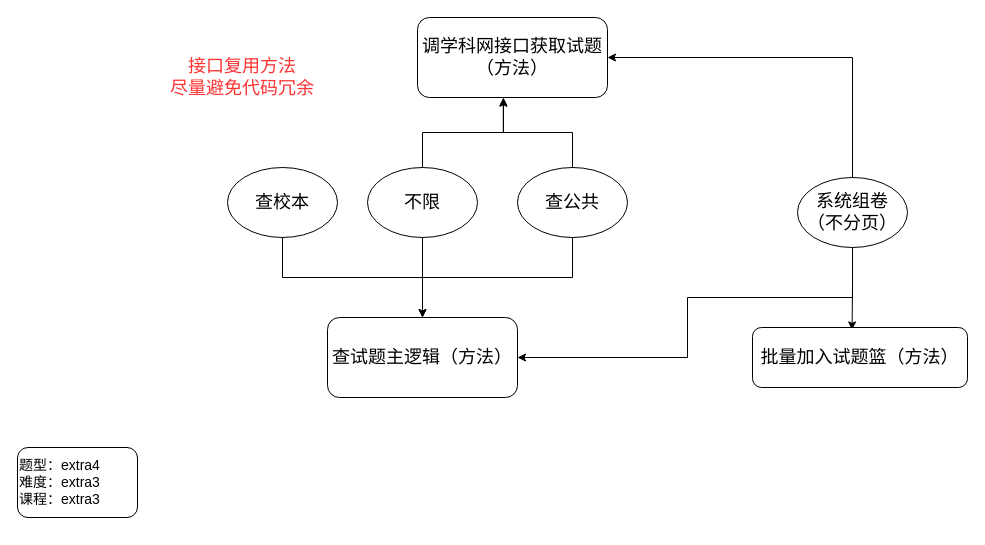
The draw.io diagram img/试题查询相关功能.drawio in li-fenglei/pic-bed, before the edit. Source tidied: cells renumbered, new cells numbered last; positions are measured from the earlier drawing's top-left corner, leaving out a move shared by most shapes. Both pictures are drawn from the tidied source at 100%, with x=0, y=0 at pixel (17, 17).
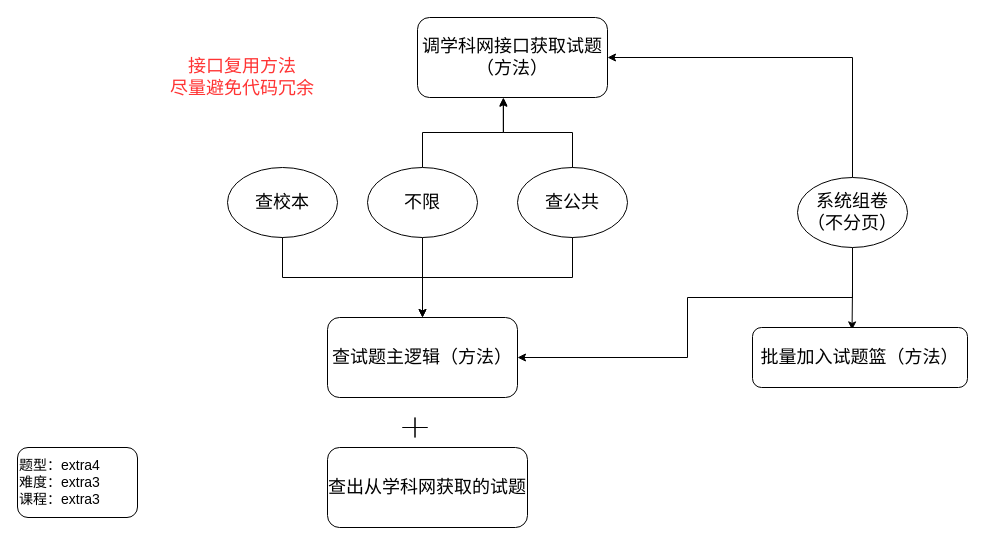
After the change.

Commit message:
更新试题查询相关功能.drawio

Change to the diagram source:
```diff
@@
+    <mxCell id="19" value="&lt;font style=&quot;font-size: 18px;&quot;&gt;查出从学科网获取的试题&lt;/font&gt;" style="rounded=1;whiteSpace=wrap;html=1;" parent="1" vertex="1">
+      <mxGeometry x="310" y="430" width="200" height="80" as="geometry" />
+    </mxCell>
+    <mxCell id="20" style="shape=cross;whiteSpace=wrap;html=1;size=0;" parent="1" vertex="1">
+      <mxGeometry x="385" y="400" width="25" height="20" as="geometry" />
+    </mxCell>
```
